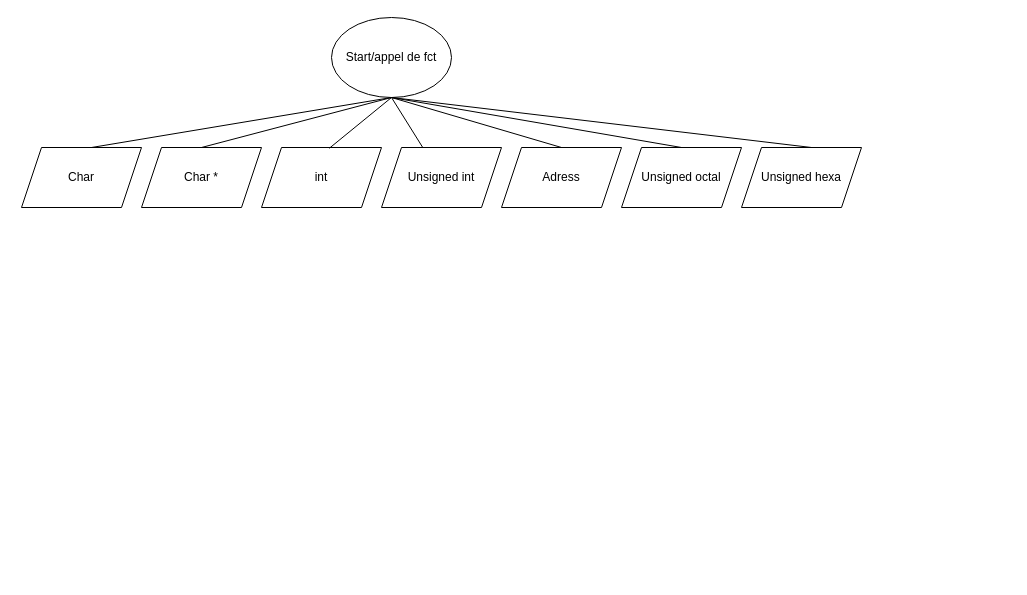
Before: Flowchart Printf.drawio in Tulkiidra/holbertonschool-printf, a draw.io diagram. Source tidied: cells renumbered, new cells numbered last; positions are measured from the earlier drawing's top-left corner, leaving out a move shared by most shapes. Both pictures are drawn from the tidied source at 100%, with x=0, y=0 at pixel (21, 17).
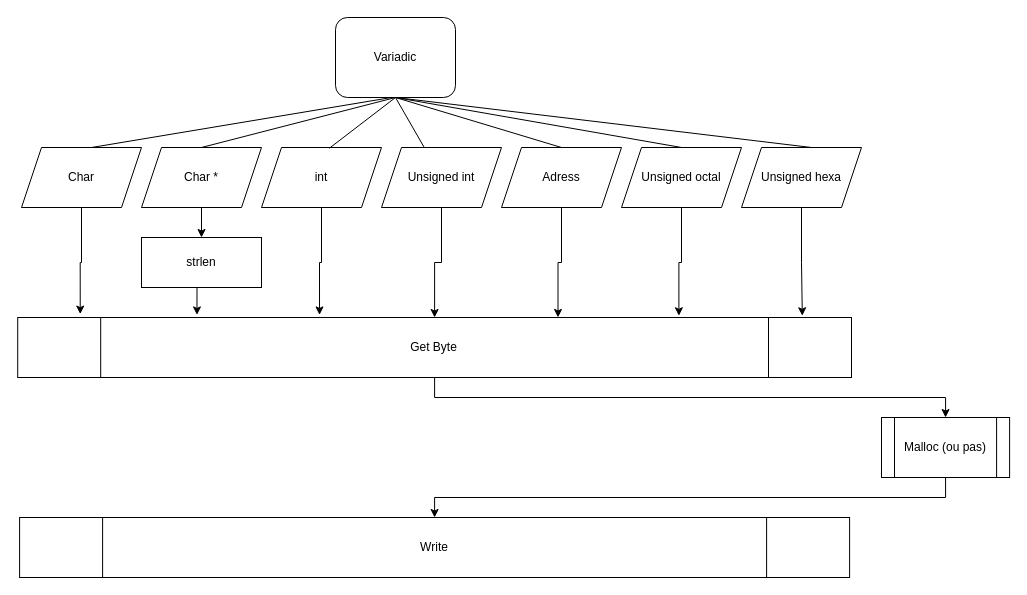
The same page after the edit.

Commit message:
Adding most of the path

The change refers to these unchanged cells:
```xml
<mxCell id="4" value="Char *" style="shape=parallelogram;perimeter=parallelogramPerimeter;whiteSpace=wrap;html=1;fixedSize=1;" parent="1" vertex="1">
  <mxGeometry x="120" y="130" width="120" height="60" as="geometry" />
</mxCell>
<mxCell id="5" value="Unsigned int" style="shape=parallelogram;perimeter=parallelogramPerimeter;whiteSpace=wrap;html=1;fixedSize=1;" parent="1" vertex="1">
  <mxGeometry x="360" y="130" width="120" height="60" as="geometry" />
</mxCell>
<mxCell id="7" value="int" style="shape=parallelogram;perimeter=parallelogramPerimeter;whiteSpace=wrap;html=1;fixedSize=1;" parent="1" vertex="1">
  <mxGeometry x="240" y="130" width="120" height="60" as="geometry" />
</mxCell>
<mxCell id="8" value="Char" style="shape=parallelogram;perimeter=parallelogramPerimeter;whiteSpace=wrap;html=1;fixedSize=1;" parent="1" vertex="1">
  <mxGeometry y="130" width="120" height="60" as="geometry" />
</mxCell>
<mxCell id="11" value="Unsigned octal" style="shape=parallelogram;perimeter=parallelogramPerimeter;whiteSpace=wrap;html=1;fixedSize=1;" parent="1" vertex="1">
  <mxGeometry x="600" y="130" width="120" height="60" as="geometry" />
</mxCell>
<mxCell id="12" value="Unsigned hexa" style="shape=parallelogram;perimeter=parallelogramPerimeter;whiteSpace=wrap;html=1;fixedSize=1;" parent="1" vertex="1">
  <mxGeometry x="720" y="130" width="120" height="60" as="geometry" />
</mxCell>
<mxCell id="13" value="Adress" style="shape=parallelogram;perimeter=parallelogramPerimeter;whiteSpace=wrap;html=1;fixedSize=1;" parent="1" vertex="1">
  <mxGeometry x="480" y="130" width="120" height="60" as="geometry" />
</mxCell>
```

What changed in the source:
```diff
@@
-    <mxCell id="2" value="Start/appel de fct" style="ellipse;whiteSpace=wrap;html=1;" parent="1" vertex="1">
-      <mxGeometry x="310" width="120" height="80" as="geometry" />
+    <mxCell id="2" value="Variadic" style="rounded=1;whiteSpace=wrap;html=1;fontFamily=Helvetica;fontSize=12;fontColor=default;align=center;strokeColor=default;fillColor=default;" parent="1" vertex="1">
+      <mxGeometry x="314" width="120" height="80" as="geometry" />
     </mxCell>
@@
+    <mxCell id="17" style="edgeStyle=orthogonalEdgeStyle;rounded=0;jettySize=auto;html=1;exitX=0.5;exitY=1;exitDx=0;exitDy=0;entryX=0.215;entryY=-0.043;entryDx=0;entryDy=0;entryPerimeter=0;startArrow=none;" parent="1" edge="1" source="29" target="26">
+      <mxGeometry relative="1" as="geometry" />
+    </mxCell>
+    <mxCell id="18" style="edgeStyle=orthogonalEdgeStyle;rounded=0;jettySize=auto;html=1;exitX=0.5;exitY=1;exitDx=0;exitDy=0;entryX=0.5;entryY=0;entryDx=0;entryDy=0;" parent="1" edge="1" source="4" target="29">
+      <mxGeometry relative="1" as="geometry" />
+    </mxCell>
@@
+    <mxCell id="19" style="edgeStyle=orthogonalEdgeStyle;rounded=0;jettySize=auto;html=1;exitX=0.5;exitY=1;exitDx=0;exitDy=0;entryX=0.5;entryY=0;entryDx=0;entryDy=0;" parent="1" edge="1" source="5" target="26">
+      <mxGeometry relative="1" as="geometry" />
+    </mxCell>
@@
+    <mxCell id="20" style="edgeStyle=orthogonalEdgeStyle;rounded=0;jettySize=auto;html=1;exitX=0.5;exitY=1;exitDx=0;exitDy=0;entryX=0.362;entryY=-0.043;entryDx=0;entryDy=0;entryPerimeter=0;" parent="1" edge="1" source="7" target="26">
+      <mxGeometry relative="1" as="geometry" />
+    </mxCell>
@@
+    <mxCell id="21" style="edgeStyle=orthogonalEdgeStyle;rounded=0;jettySize=auto;html=1;exitX=0.5;exitY=1;exitDx=0;exitDy=0;entryX=0.075;entryY=-0.057;entryDx=0;entryDy=0;entryPerimeter=0;" parent="1" edge="1" source="8" target="26">
+      <mxGeometry relative="1" as="geometry" />
+    </mxCell>
@@
+    <mxCell id="22" style="edgeStyle=orthogonalEdgeStyle;rounded=0;jettySize=auto;html=1;exitX=0.5;exitY=1;exitDx=0;exitDy=0;entryX=0.793;entryY=-0.029;entryDx=0;entryDy=0;entryPerimeter=0;" parent="1" edge="1" source="11" target="26">
+      <mxGeometry relative="1" as="geometry" />
+    </mxCell>
@@
+    <mxCell id="23" style="edgeStyle=orthogonalEdgeStyle;rounded=0;jettySize=auto;html=1;exitX=0.5;exitY=1;exitDx=0;exitDy=0;entryX=0.941;entryY=-0.029;entryDx=0;entryDy=0;entryPerimeter=0;" parent="1" edge="1" source="12" target="26">
+      <mxGeometry relative="1" as="geometry" />
+    </mxCell>
@@
+    <mxCell id="24" style="edgeStyle=orthogonalEdgeStyle;rounded=0;jettySize=auto;html=1;exitX=0.5;exitY=1;exitDx=0;exitDy=0;entryX=0.648;entryY=-0.001;entryDx=0;entryDy=0;entryPerimeter=0;" parent="1" edge="1" source="13" target="26">
+      <mxGeometry relative="1" as="geometry" />
+    </mxCell>
@@
+    <mxCell id="25" style="edgeStyle=orthogonalEdgeStyle;rounded=0;jettySize=auto;html=1;exitX=0.5;exitY=1;exitDx=0;exitDy=0;entryX=0.5;entryY=0;entryDx=0;entryDy=0;" parent="1" edge="1" source="26" target="28">
+      <mxGeometry relative="1" as="geometry" />
+    </mxCell>
+    <mxCell id="26" value="Get Byte" style="shape=process;whiteSpace=wrap;html=1;backgroundOutline=1;" parent="1" vertex="1">
+      <mxGeometry x="-3.8" y="300" width="833.8" height="60" as="geometry" />
+    </mxCell>
+    <mxCell id="27" style="edgeStyle=orthogonalEdgeStyle;rounded=0;jettySize=auto;html=1;exitX=0.5;exitY=1;exitDx=0;exitDy=0;entryX=0.5;entryY=0;entryDx=0;entryDy=0;" parent="1" edge="1" source="28" target="30">
+      <mxGeometry relative="1" as="geometry" />
+    </mxCell>
+    <mxCell id="28" value="Malloc (ou pas)" style="shape=process;whiteSpace=wrap;html=1;backgroundOutline=1;" parent="1" vertex="1">
+      <mxGeometry x="860" y="400" width="128.1" height="60" as="geometry" />
+    </mxCell>
+    <mxCell id="29" value="strlen" style="rounded=0;whiteSpace=wrap;html=1;" parent="1" vertex="1">
+      <mxGeometry x="120" y="220" width="120" height="50" as="geometry" />
+    </mxCell>
+    <mxCell id="30" value="Write" style="shape=process;whiteSpace=wrap;html=1;backgroundOutline=1;" parent="1" vertex="1">
+      <mxGeometry x="-1.9" y="500" width="830" height="60" as="geometry" />
+    </mxCell>
```
